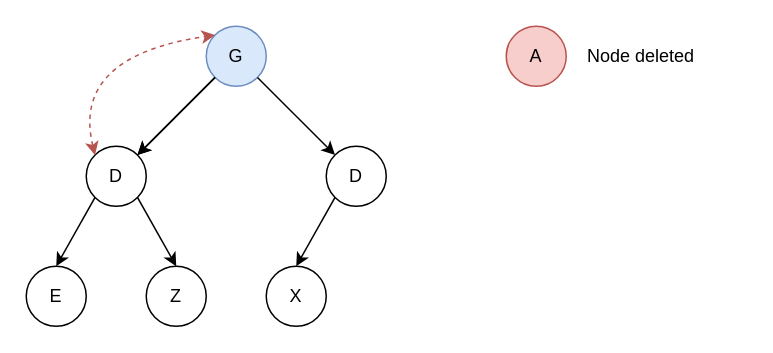
Before: page "delete1" (6 of 8) of Untitled Diagram.drawio in yxlin118/personal-website, a draw.io diagram. Source tidied: cells renumbered, new cells numbered last; positions are measured from the earlier drawing's top-left corner, leaving out a move shared by most shapes. Both pictures are drawn from the tidied source at 150%, with x=0, y=0 at pixel (26, 26).
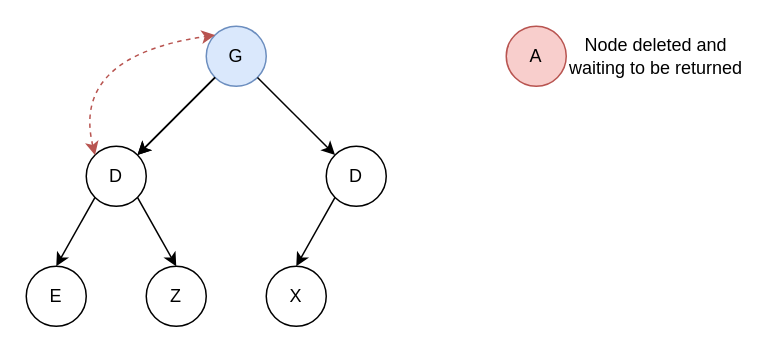
After the change.

The edit, as a diff of the source:
```diff
@@
 <mxGraphModel>
   <root>
     <mxCell id="0" />
     <mxCell id="1" parent="0" />
     <mxCell id="2" value="G" style="ellipse;whiteSpace=wrap;html=1;fillColor=#dae8fc;strokeColor=#6c8ebf;" parent="1" vertex="1">
       <mxGeometry x="120" width="40" height="40" as="geometry" />
     </mxCell>
     <mxCell id="3" value="D" style="ellipse;whiteSpace=wrap;html=1;" parent="1" vertex="1">
       <mxGeometry x="40" y="80" width="40" height="40" as="geometry" />
     </mxCell>
     <mxCell id="4" value="D" style="ellipse;whiteSpace=wrap;html=1;" parent="1" vertex="1">
       <mxGeometry x="200" y="80" width="40" height="40" as="geometry" />
     </mxCell>
     <mxCell id="5" value="E" style="ellipse;whiteSpace=wrap;html=1;" parent="1" vertex="1">
       <mxGeometry y="160" width="40" height="40" as="geometry" />
     </mxCell>
     <mxCell id="6" value="Z" style="ellipse;whiteSpace=wrap;html=1;" parent="1" vertex="1">
       <mxGeometry x="80" y="160" width="40" height="40" as="geometry" />
     </mxCell>
     <mxCell id="7" value="X" style="ellipse;whiteSpace=wrap;html=1;" parent="1" vertex="1">
       <mxGeometry x="160" y="160" width="40" height="40" as="geometry" />
     </mxCell>
     <mxCell id="8" style="endArrow=classic;html=1;exitX=0;exitY=1;exitDx=0;exitDy=0;entryX=1;entryY=0;entryDx=0;entryDy=0;" parent="1" edge="1" source="2" target="3">
       <mxGeometry relative="1" as="geometry" />
     </mxCell>
     <mxCell id="9" style="endArrow=classic;html=1;exitX=1;exitY=1;exitDx=0;exitDy=0;" parent="1" edge="1" source="2" target="4">
       <mxGeometry relative="1" as="geometry" />
     </mxCell>
     <mxCell id="10" style="endArrow=classic;html=1;exitX=0;exitY=1;exitDx=0;exitDy=0;entryX=1;entryY=0;entryDx=0;entryDy=0;" parent="1" edge="1">
       <mxGeometry relative="1" as="geometry">
         <mxPoint x="125.9" y="34.1" as="sourcePoint" />
         <mxPoint x="74.1" y="85.9" as="targetPoint" />
       </mxGeometry>
     </mxCell>
     <mxCell id="11" style="endArrow=classic;html=1;exitX=0;exitY=1;exitDx=0;exitDy=0;entryX=0.5;entryY=0;entryDx=0;entryDy=0;" parent="1" edge="1" source="3" target="5">
       <mxGeometry relative="1" as="geometry" />
     </mxCell>
     <mxCell id="12" style="endArrow=classic;html=1;exitX=1;exitY=1;exitDx=0;exitDy=0;entryX=0.5;entryY=0;entryDx=0;entryDy=0;" parent="1" edge="1" source="3" target="6">
       <mxGeometry relative="1" as="geometry" />
     </mxCell>
     <mxCell id="13" style="endArrow=classic;html=1;exitX=0;exitY=1;exitDx=0;exitDy=0;entryX=0.5;entryY=0;entryDx=0;entryDy=0;" parent="1" edge="1" source="4" target="7">
       <mxGeometry relative="1" as="geometry" />
     </mxCell>
     <mxCell id="14" style="dashed=1;curved=1;endArrow=classic;startArrow=classic;html=1;exitX=0;exitY=0;exitDx=0;exitDy=0;entryX=0;entryY=0;entryDx=0;entryDy=0;fillColor=#f8cecc;strokeColor=#b85450;" parent="1" edge="1" source="3" target="2">
       <mxGeometry relative="1" as="geometry">
         <Array as="points">
           <mxPoint x="30" y="20" />
         </Array>
       </mxGeometry>
     </mxCell>
     <mxCell id="15" value="A" style="ellipse;whiteSpace=wrap;html=1;fillColor=#f8cecc;strokeColor=#b85450;" parent="1" vertex="1">
       <mxGeometry x="320" width="40" height="40" as="geometry" />
     </mxCell>
-    <mxCell id="16" value="Node deleted" style="text;html=1;strokeColor=none;fillColor=none;align=center;verticalAlign=middle;whiteSpace=wrap;rounded=0;" parent="1" vertex="1">
-      <mxGeometry x="360" y="10" width="100" height="20" as="geometry" />
+    <mxCell id="16" value="Node deleted and waiting to be returned" style="text;html=1;strokeColor=none;fillColor=none;align=center;verticalAlign=middle;whiteSpace=wrap;rounded=0;" parent="1" vertex="1">
+      <mxGeometry x="360" y="10" width="120" height="20" as="geometry" />
     </mxCell>
   </root>
 </mxGraphModel>
```
